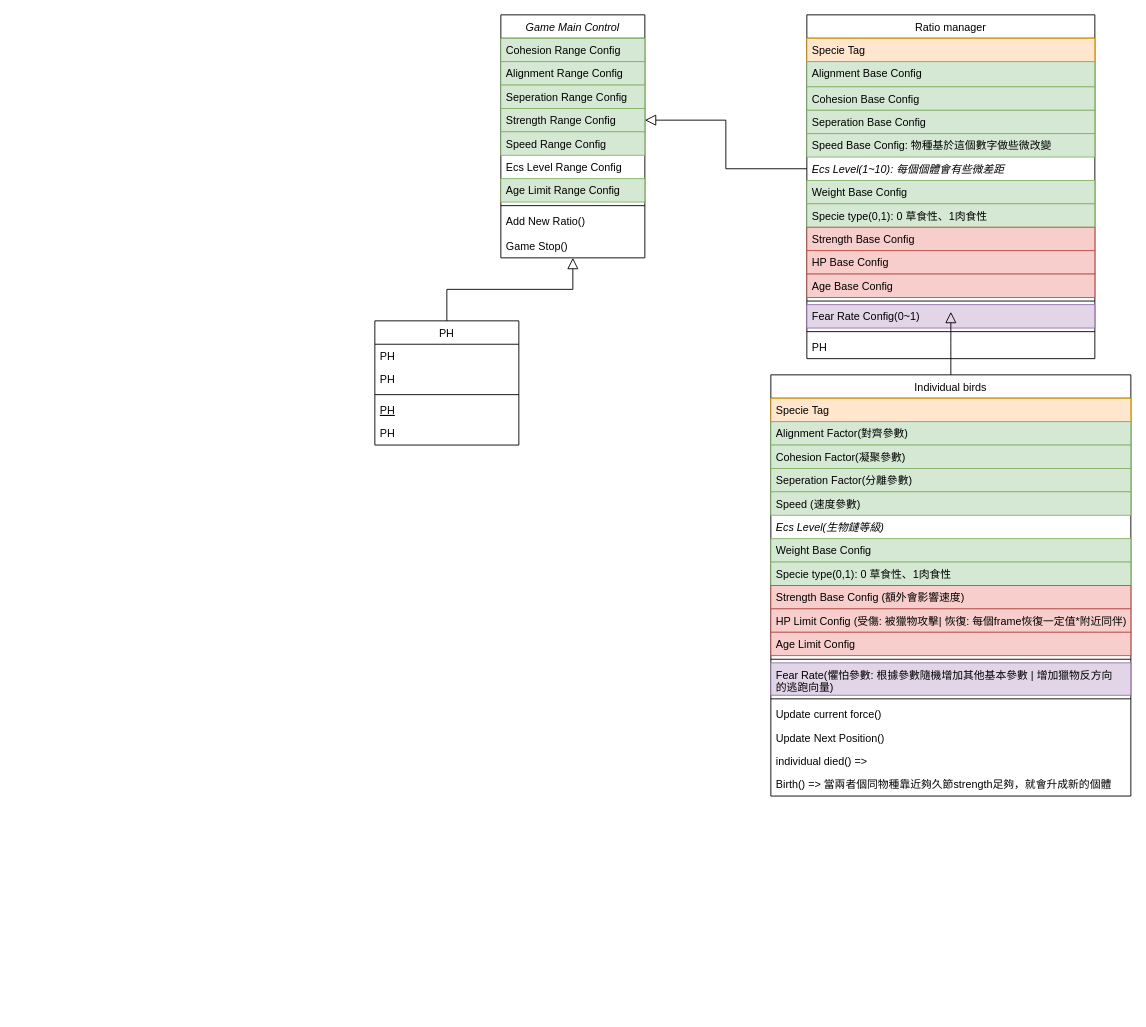
Above: boids_unity_struct_chart.drawio in TWCkaijin/AI_intro (draw.io), before the change. Source tidied: cells renumbered, new cells numbered last; positions are measured from the earlier drawing's top-left corner, leaving out a move shared by most shapes. Both pictures are drawn from the tidied source at 90%, with x=0, y=0 at pixel (374, 14).
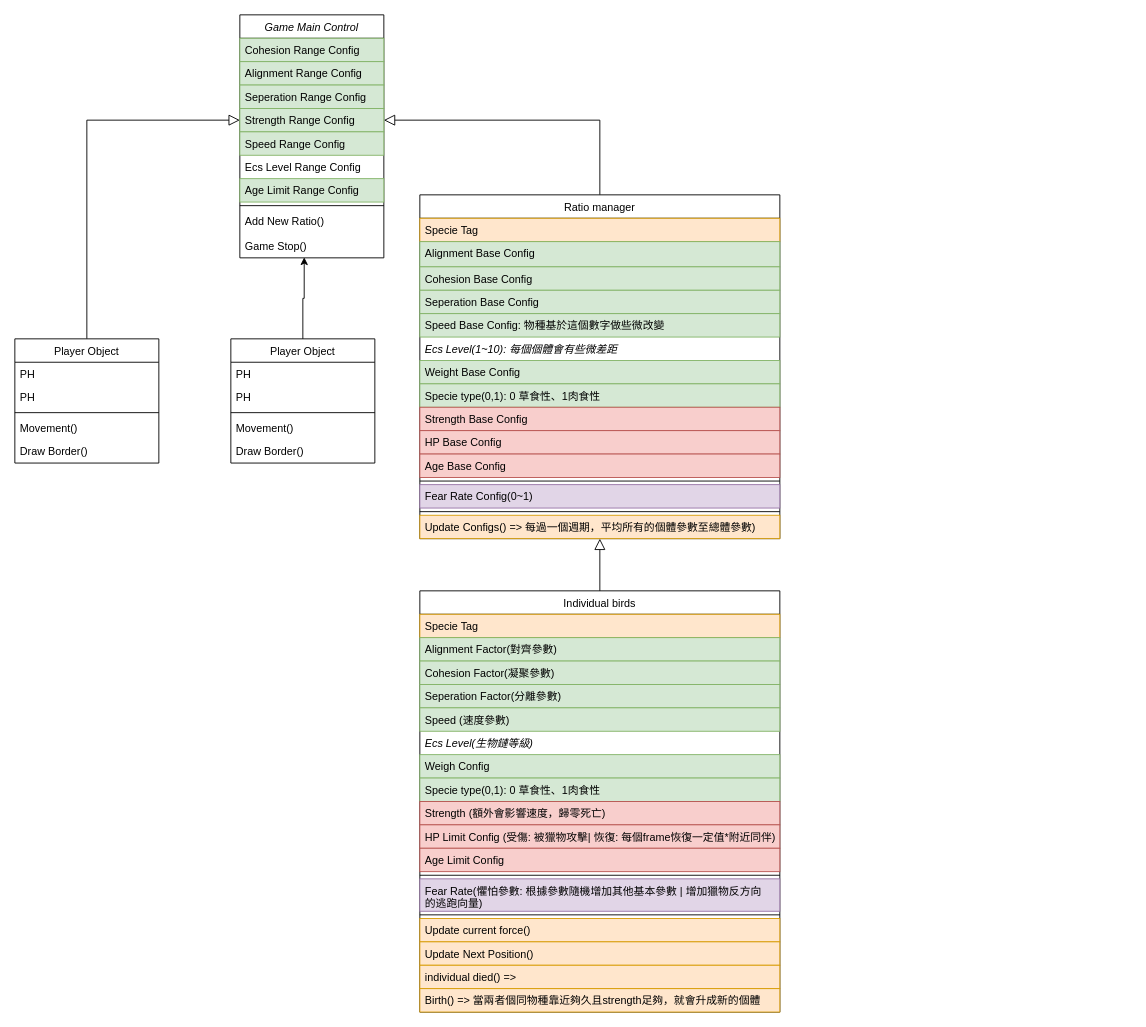
After the change.

The change refers to these unchanged cells:
```xml
<mxCell id="6" value="Strength Range Config" style="text;align=left;verticalAlign=top;spacingLeft=4;spacingRight=4;overflow=hidden;points=[[0,0.5],[1,0.5]];portConstraint=eastwest;rounded=0;shadow=0;html=0;fillColor=#d5e8d4;strokeColor=#82b366;" parent="2" vertex="1">
  <mxGeometry y="104" width="160" height="26" as="geometry" />
</mxCell>
<mxCell id="12" value="Game Stop()" style="text;align=left;verticalAlign=top;spacingLeft=4;spacingRight=4;overflow=hidden;points=[[0,0.5],[1,0.5]];portConstraint=eastwest;" parent="2" vertex="1">
  <mxGeometry y="244" width="160" height="26" as="geometry" />
</mxCell>
```

Change to the diagram source:
```diff
@@
     <mxCell id="2" value="Game Main Control" style="swimlane;fontStyle=2;align=center;verticalAlign=top;horizontal=1;startSize=26;rounded=0;shadow=0;strokeWidth=1;" parent="1" vertex="1">
-      <mxGeometry x="140" width="160" height="270" as="geometry" />
+      <mxGeometry x="-150" width="160" height="270" as="geometry" />
     </mxCell>
@@
+    <mxCell id="57" style="edgeStyle=orthogonalEdgeStyle;rounded=0;jettySize=auto;html=1;exitX=0.5;exitY=0;exitDx=0;exitDy=0;entryX=0;entryY=0.5;entryDx=0;entryDy=0;endArrow=block;endFill=0;endSize=10;" parent="1" edge="1" source="13" target="6">
+      <mxGeometry relative="1" as="geometry" />
+    </mxCell>
-    <mxCell id="13" value="PH" style="swimlane;fontStyle=0;align=center;verticalAlign=top;horizontal=1;startSize=26;rounded=0;shadow=0;strokeWidth=1;" parent="1" vertex="1">
-      <mxGeometry y="340" width="160" height="138" as="geometry" />
+    <mxCell id="13" value="Player Object" style="swimlane;fontStyle=0;align=center;verticalAlign=top;horizontal=1;startSize=26;rounded=0;shadow=0;strokeWidth=1;" parent="1" vertex="1">
+      <mxGeometry x="-400" y="360" width="160" height="138" as="geometry" />
     </mxCell>
@@
-    <mxCell id="17" value="PH" style="text;align=left;verticalAlign=top;spacingLeft=4;spacingRight=4;overflow=hidden;fontStyle=4;" parent="13" vertex="1">
+    <mxCell id="17" value="Movement()" style="text;align=left;verticalAlign=top;spacingLeft=4;spacingRight=4;overflow=hidden;fontStyle=0;" parent="13" vertex="1">
       <mxGeometry y="86" width="160" height="26" as="geometry" />
     </mxCell>
-    <mxCell id="18" value="PH" style="text;align=left;verticalAlign=top;spacingLeft=4;spacingRight=4;overflow=hidden;" parent="13" vertex="1">
+    <mxCell id="18" value="Draw Border()" style="text;align=left;verticalAlign=top;spacingLeft=4;spacingRight=4;overflow=hidden;" parent="13" vertex="1">
       <mxGeometry y="112" width="160" height="26" as="geometry" />
     </mxCell>
-    <mxCell id="19" style="endArrow=block;endSize=10;endFill=0;shadow=0;strokeWidth=1;rounded=0;curved=0;edgeStyle=elbowEdgeStyle;elbow=vertical;" parent="1" edge="1" source="13" target="2">
-      <mxGeometry relative="1" as="geometry" />
-    </mxCell>
+    <mxCell id="58" style="edgeStyle=orthogonalEdgeStyle;rounded=0;jettySize=auto;html=1;exitX=0.5;exitY=0;exitDx=0;exitDy=0;entryX=1;entryY=0.5;entryDx=0;entryDy=0;endArrow=block;endFill=0;endSize=10;" parent="1" edge="1" source="20" target="6">
+      <mxGeometry relative="1" as="geometry" />
+    </mxCell>
     <mxCell id="20" value="Ratio manager" style="swimlane;fontStyle=0;align=center;verticalAlign=top;horizontal=1;startSize=26;rounded=0;shadow=0;strokeWidth=1;swimlaneLine=1;" parent="1" vertex="1">
-      <mxGeometry x="480" width="320" height="382" as="geometry" />
+      <mxGeometry x="50" y="200" width="400" height="382" as="geometry" />
     </mxCell>
     <mxCell id="21" value="Specie Tag" style="text;align=left;verticalAlign=top;spacingLeft=4;spacingRight=4;overflow=hidden;fillColor=#ffe6cc;strokeColor=#d79b00;" parent="20" vertex="1">
-      <mxGeometry y="26" width="320" height="26" as="geometry" />
+      <mxGeometry y="26" width="400" height="26" as="geometry" />
     </mxCell>
     <mxCell id="22" value="Alignment Base Config" style="text;align=left;verticalAlign=top;spacingLeft=4;spacingRight=4;overflow=hidden;rounded=0;shadow=0;html=0;fillColor=#d5e8d4;strokeColor=#82b366;" parent="20" vertex="1">
-      <mxGeometry y="52" width="320" height="28" as="geometry" />
+      <mxGeometry y="52" width="400" height="28" as="geometry" />
     </mxCell>
     <mxCell id="23" value="Cohesion Base Config " style="text;align=left;verticalAlign=top;spacingLeft=4;spacingRight=4;overflow=hidden;fillColor=#d5e8d4;strokeColor=#82b366;" parent="20" vertex="1">
-      <mxGeometry y="80" width="320" height="26" as="geometry" />
+      <mxGeometry y="80" width="400" height="26" as="geometry" />
     </mxCell>
     <mxCell id="24" value="Seperation Base Config" style="text;align=left;verticalAlign=top;spacingLeft=4;spacingRight=4;overflow=hidden;rounded=0;shadow=0;html=0;fillColor=#d5e8d4;strokeColor=#82b366;" parent="20" vertex="1">
-      <mxGeometry y="106" width="320" height="26" as="geometry" />
+      <mxGeometry y="106" width="400" height="26" as="geometry" />
     </mxCell>
     <mxCell id="25" value="Speed Base Config: 物種基於這個數字做些微改變" style="text;align=left;verticalAlign=top;spacingLeft=4;spacingRight=4;overflow=hidden;rounded=0;shadow=0;html=0;fillColor=#d5e8d4;strokeColor=#82b366;" parent="20" vertex="1">
-      <mxGeometry y="132" width="320" height="26" as="geometry" />
+      <mxGeometry y="132" width="400" height="26" as="geometry" />
     </mxCell>
     <mxCell id="26" value="Ecs Level(1~10): 每個個體會有些微差距" style="text;align=left;verticalAlign=top;spacingLeft=4;spacingRight=4;overflow=hidden;points=[[0,0.5],[1,0.5]];portConstraint=eastwest;fontStyle=2;" parent="20" vertex="1">
-      <mxGeometry y="158" width="320" height="26" as="geometry" />
+      <mxGeometry y="158" width="400" height="26" as="geometry" />
     </mxCell>
     <mxCell id="27" value="Weight Base Config" style="text;align=left;verticalAlign=top;spacingLeft=4;spacingRight=4;overflow=hidden;rounded=0;shadow=0;html=0;fillColor=#d5e8d4;strokeColor=#82b366;" parent="20" vertex="1">
-      <mxGeometry y="184" width="320" height="26" as="geometry" />
+      <mxGeometry y="184" width="400" height="26" as="geometry" />
     </mxCell>
     <mxCell id="28" value="Specie type(0,1): 0 草食性、1肉食性" style="text;align=left;verticalAlign=top;spacingLeft=4;spacingRight=4;overflow=hidden;rounded=0;shadow=0;html=0;fillColor=#d5e8d4;strokeColor=#82b366;" parent="20" vertex="1">
-      <mxGeometry y="210" width="320" height="26" as="geometry" />
+      <mxGeometry y="210" width="400" height="26" as="geometry" />
     </mxCell>
     <mxCell id="29" value="Strength Base Config" style="text;align=left;verticalAlign=top;spacingLeft=4;spacingRight=4;overflow=hidden;rounded=0;shadow=0;html=0;fillColor=#f8cecc;strokeColor=#b85450;" parent="20" vertex="1">
-      <mxGeometry y="236" width="320" height="26" as="geometry" />
+      <mxGeometry y="236" width="400" height="26" as="geometry" />
     </mxCell>
     <mxCell id="30" value="HP Base Config" style="text;align=left;verticalAlign=top;spacingLeft=4;spacingRight=4;overflow=hidden;rounded=0;shadow=0;html=0;fillColor=#f8cecc;strokeColor=#b85450;" parent="20" vertex="1">
-      <mxGeometry y="262" width="320" height="26" as="geometry" />
+      <mxGeometry y="262" width="400" height="26" as="geometry" />
     </mxCell>
     <mxCell id="31" value="Age Base Config" style="text;align=left;verticalAlign=top;spacingLeft=4;spacingRight=4;overflow=hidden;rounded=0;shadow=0;html=0;fillColor=#f8cecc;strokeColor=#b85450;" parent="20" vertex="1">
-      <mxGeometry y="288" width="320" height="26" as="geometry" />
+      <mxGeometry y="288" width="400" height="26" as="geometry" />
     </mxCell>
     <mxCell id="32" style="line;html=1;strokeWidth=1;align=left;verticalAlign=middle;spacingTop=-1;spacingLeft=3;spacingRight=3;labelPosition=right;" parent="20" vertex="1">
-      <mxGeometry y="314" width="320" height="8" as="geometry" />
+      <mxGeometry y="314" width="400" height="8" as="geometry" />
     </mxCell>
     <mxCell id="33" value="Fear Rate Config(0~1)" style="text;align=left;verticalAlign=top;spacingLeft=4;spacingRight=4;overflow=hidden;rounded=0;shadow=0;html=0;fillColor=#e1d5e7;strokeColor=#9673a6;" parent="20" vertex="1">
-      <mxGeometry y="322" width="320" height="26" as="geometry" />
+      <mxGeometry y="322" width="400" height="26" as="geometry" />
     </mxCell>
     <mxCell id="34" style="line;html=1;strokeWidth=1;align=left;verticalAlign=middle;spacingTop=-1;spacingLeft=3;spacingRight=3;labelPosition=right;" parent="20" vertex="1">
-      <mxGeometry y="348" width="320" height="8" as="geometry" />
+      <mxGeometry y="348" width="400" height="8" as="geometry" />
     </mxCell>
-    <mxCell id="35" value="PH" style="text;align=left;verticalAlign=top;spacingLeft=4;spacingRight=4;overflow=hidden;" parent="20" vertex="1">
-      <mxGeometry y="356" width="320" height="26" as="geometry" />
+    <mxCell id="35" value="Update Configs() =&gt; 每過一個週期，平均所有的個體參數至總體參數)" style="text;align=left;verticalAlign=top;spacingLeft=4;spacingRight=4;overflow=hidden;fillColor=#ffe6cc;strokeColor=#d79b00;" parent="20" vertex="1">
+      <mxGeometry y="356" width="400" height="26" as="geometry" />
     </mxCell>
     <mxCell id="36" value="Individual birds" style="swimlane;fontStyle=0;align=center;verticalAlign=top;horizontal=1;startSize=26;rounded=0;shadow=0;strokeWidth=1;" parent="1" vertex="1">
-      <mxGeometry x="440" y="400" width="400" height="468" as="geometry" />
+      <mxGeometry x="50" y="640" width="400" height="468" as="geometry" />
     </mxCell>
@@
-    <mxCell id="43" value="Weight Base Config" style="text;align=left;verticalAlign=top;spacingLeft=4;spacingRight=4;overflow=hidden;rounded=0;shadow=0;html=0;fillColor=#d5e8d4;strokeColor=#82b366;" parent="36" vertex="1">
+    <mxCell id="43" value="Weigh Config " style="text;align=left;verticalAlign=top;spacingLeft=4;spacingRight=4;overflow=hidden;rounded=0;shadow=0;html=0;fillColor=#d5e8d4;strokeColor=#82b366;" parent="36" vertex="1">
       <mxGeometry y="182" width="400" height="26" as="geometry" />
     </mxCell>
@@
-    <mxCell id="45" value="Strength Base Config (額外會影響速度)" style="text;align=left;verticalAlign=top;spacingLeft=4;spacingRight=4;overflow=hidden;rounded=0;shadow=0;html=0;fillColor=#f8cecc;strokeColor=#b85450;" parent="36" vertex="1">
+    <mxCell id="45" value="Strength (額外會影響速度，歸零死亡)" style="text;align=left;verticalAlign=top;spacingLeft=4;spacingRight=4;overflow=hidden;rounded=0;shadow=0;html=0;fillColor=#f8cecc;strokeColor=#b85450;" parent="36" vertex="1">
       <mxGeometry y="234" width="400" height="26" as="geometry" />
     </mxCell>
@@
-    <mxCell id="51" value="Update current force()" style="text;align=left;verticalAlign=top;spacingLeft=4;spacingRight=4;overflow=hidden;" parent="36" vertex="1">
+    <mxCell id="51" value="Update current force()" style="text;align=left;verticalAlign=top;spacingLeft=4;spacingRight=4;overflow=hidden;fillColor=#ffe6cc;strokeColor=#d79b00;" parent="36" vertex="1">
       <mxGeometry y="364" width="400" height="26" as="geometry" />
     </mxCell>
-    <mxCell id="52" value="Update Next Position()" style="text;align=left;verticalAlign=top;spacingLeft=4;spacingRight=4;overflow=hidden;" parent="36" vertex="1">
+    <mxCell id="52" value="Update Next Position()" style="text;align=left;verticalAlign=top;spacingLeft=4;spacingRight=4;overflow=hidden;fillColor=#ffe6cc;strokeColor=#d79b00;" parent="36" vertex="1">
       <mxGeometry y="390" width="400" height="26" as="geometry" />
     </mxCell>
-    <mxCell id="53" value="individual died() =&gt; " style="text;align=left;verticalAlign=top;spacingLeft=4;spacingRight=4;overflow=hidden;" parent="36" vertex="1">
+    <mxCell id="53" value="individual died() =&gt; " style="text;align=left;verticalAlign=top;spacingLeft=4;spacingRight=4;overflow=hidden;fillColor=#ffe6cc;strokeColor=#d79b00;" parent="36" vertex="1">
       <mxGeometry y="416" width="400" height="26" as="geometry" />
     </mxCell>
-    <mxCell id="54" value="Birth() =&gt; 當兩者個同物種靠近夠久節strength足夠，就會升成新的個體" style="text;align=left;verticalAlign=top;spacingLeft=4;spacingRight=4;overflow=hidden;" parent="36" vertex="1">
+    <mxCell id="54" value="Birth() =&gt; 當兩者個同物種靠近夠久且strength足夠，就會升成新的個體" style="text;align=left;verticalAlign=top;spacingLeft=4;spacingRight=4;overflow=hidden;fillColor=#ffe6cc;strokeColor=#d79b00;" parent="36" vertex="1">
       <mxGeometry y="442" width="400" height="26" as="geometry" />
     </mxCell>
-    <mxCell id="55" style="edgeStyle=orthogonalEdgeStyle;rounded=0;jettySize=auto;html=1;exitX=0;exitY=0.5;exitDx=0;exitDy=0;entryX=1;entryY=0.5;entryDx=0;entryDy=0;endArrow=block;endFill=0;endSize=10;" parent="1" edge="1" source="26" target="6">
-      <mxGeometry relative="1" as="geometry" />
-    </mxCell>
-    <mxCell id="56" style="edgeStyle=orthogonalEdgeStyle;rounded=0;jettySize=auto;html=1;endArrow=block;endFill=0;endSize=10;" parent="1" edge="1" source="36">
-      <mxGeometry relative="1" as="geometry">
-        <mxPoint x="640" y="330" as="targetPoint" />
-      </mxGeometry>
+    <mxCell id="56" style="edgeStyle=orthogonalEdgeStyle;rounded=0;jettySize=auto;html=1;endArrow=block;endFill=0;endSize=10;entryX=0.5;entryY=1;entryDx=0;entryDy=0;" parent="1" edge="1" source="36" target="20">
+      <mxGeometry relative="1" as="geometry" />
     </mxCell>
+    <mxCell id="59" value="Player Object" style="swimlane;fontStyle=0;align=center;verticalAlign=top;horizontal=1;startSize=26;rounded=0;shadow=0;strokeWidth=1;" parent="1" vertex="1">
+      <mxGeometry x="-160" y="360" width="160" height="138" as="geometry" />
+    </mxCell>
+    <mxCell id="60" value="PH" style="text;align=left;verticalAlign=top;spacingLeft=4;spacingRight=4;overflow=hidden;" parent="59" vertex="1">
+      <mxGeometry y="26" width="160" height="26" as="geometry" />
+    </mxCell>
+    <mxCell id="61" value="PH" style="text;align=left;verticalAlign=top;spacingLeft=4;spacingRight=4;overflow=hidden;rounded=0;shadow=0;html=0;" parent="59" vertex="1">
+      <mxGeometry y="52" width="160" height="26" as="geometry" />
+    </mxCell>
+    <mxCell id="62" style="line;html=1;strokeWidth=1;align=left;verticalAlign=middle;spacingTop=-1;spacingLeft=3;spacingRight=3;labelPosition=right;" parent="59" vertex="1">
+      <mxGeometry y="78" width="160" height="8" as="geometry" />
+    </mxCell>
+    <mxCell id="63" value="Movement()" style="text;align=left;verticalAlign=top;spacingLeft=4;spacingRight=4;overflow=hidden;fontStyle=0;" parent="59" vertex="1">
+      <mxGeometry y="86" width="160" height="26" as="geometry" />
+    </mxCell>
+    <mxCell id="64" value="Draw Border()" style="text;align=left;verticalAlign=top;spacingLeft=4;spacingRight=4;overflow=hidden;" parent="59" vertex="1">
+      <mxGeometry y="112" width="160" height="26" as="geometry" />
+    </mxCell>
+    <mxCell id="65" style="edgeStyle=orthogonalEdgeStyle;rounded=0;jettySize=auto;html=1;exitX=0.5;exitY=0;exitDx=0;exitDy=0;entryX=0.447;entryY=0.979;entryDx=0;entryDy=0;entryPerimeter=0;" parent="1" edge="1" source="59" target="12">
+      <mxGeometry relative="1" as="geometry" />
+    </mxCell>
```
